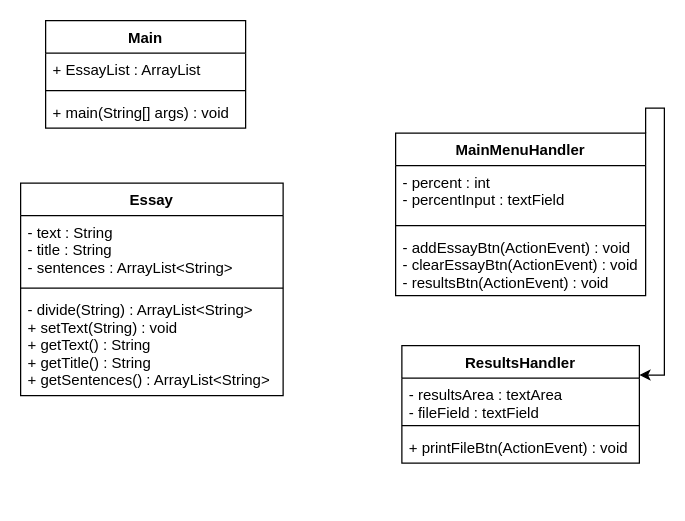
Above: PlagiarismUML.drawio in 335689832/12-14-2022-PlagiarismChecker (draw.io), before the change. Source tidied: cells renumbered, new cells numbered last; positions are measured from the earlier drawing's top-left corner, leaving out a move shared by most shapes. Both pictures are drawn from the tidied source at 125%, with x=0, y=0 at pixel (20, 20).
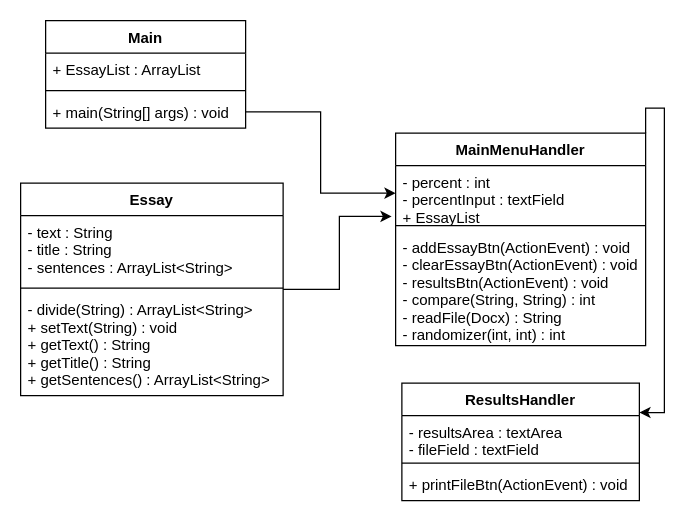
Above is the later version.

Unchanged cells that the change refers to:
```xml
<mxCell id="5" value="+ main(String[] args) : void" style="text;strokeColor=none;fillColor=none;align=left;verticalAlign=top;spacingLeft=4;spacingRight=4;overflow=hidden;points=[[0,0.5],[1,0.5]];portConstraint=eastwest;" parent="2" vertex="1">
  <mxGeometry y="60" width="160" height="26" as="geometry" />
</mxCell>
<mxCell id="6" value="Essay" style="swimlane;fontStyle=1;align=center;verticalAlign=top;horizontal=1;startSize=26;" parent="1" vertex="1">
  <mxGeometry y="130" width="210" height="170" as="geometry" />
</mxCell>
```

What changed in the source:
```diff
@@
+    <mxCell id="19" style="edgeStyle=orthogonalEdgeStyle;rounded=0;jettySize=auto;html=1;entryX=-0.016;entryY=0.923;entryDx=0;entryDy=0;entryPerimeter=0;" parent="1" edge="1" source="6" target="12">
+      <mxGeometry relative="1" as="geometry" />
+    </mxCell>
@@
     <mxCell id="11" value="MainMenuHandler" style="swimlane;fontStyle=1;align=center;verticalAlign=top;horizontal=1;startSize=26;" parent="1" vertex="1">
-      <mxGeometry x="300" y="90" width="200" height="130" as="geometry" />
+      <mxGeometry x="300" y="90" width="200" height="170" as="geometry" />
     </mxCell>
-    <mxCell id="12" value="- percent : int&#10;- percentInput : textField" style="text;strokeColor=none;fillColor=none;align=left;verticalAlign=top;spacingLeft=4;spacingRight=4;overflow=hidden;points=[[0,0.5],[1,0.5]];portConstraint=eastwest;" parent="11" vertex="1">
+    <mxCell id="12" value="- percent : int&#10;- percentInput : textField&#10;+ EssayList" style="text;strokeColor=none;fillColor=none;align=left;verticalAlign=top;spacingLeft=4;spacingRight=4;overflow=hidden;points=[[0,0.5],[1,0.5]];portConstraint=eastwest;" parent="11" vertex="1">
       <mxGeometry y="26" width="200" height="44" as="geometry" />
     </mxCell>
@@
-    <mxCell id="14" value="- addEssayBtn(ActionEvent) : void&#10;- clearEssayBtn(ActionEvent) : void&#10;- resultsBtn(ActionEvent) : void" style="text;strokeColor=none;fillColor=none;align=left;verticalAlign=top;spacingLeft=4;spacingRight=4;overflow=hidden;" parent="11" vertex="1">
-      <mxGeometry y="78" width="200" height="52" as="geometry" />
+    <mxCell id="14" value="- addEssayBtn(ActionEvent) : void&#10;- clearEssayBtn(ActionEvent) : void&#10;- resultsBtn(ActionEvent) : void&#10;- compare(String, String) : int&#10;- readFile(Docx) : String&#10;- randomizer(int, int) : int&#10;" style="text;strokeColor=none;fillColor=none;align=left;verticalAlign=top;spacingLeft=4;spacingRight=4;overflow=hidden;" parent="11" vertex="1">
+      <mxGeometry y="78" width="200" height="92" as="geometry" />
     </mxCell>
     <mxCell id="15" value="ResultsHandler" style="swimlane;fontStyle=1;align=center;verticalAlign=top;horizontal=1;startSize=26;" parent="1" vertex="1">
-      <mxGeometry x="305" y="260" width="190" height="94" as="geometry" />
+      <mxGeometry x="305" y="290" width="190" height="94" as="geometry" />
     </mxCell>
@@
+    <mxCell id="20" style="edgeStyle=orthogonalEdgeStyle;rounded=0;jettySize=auto;html=1;exitX=1;exitY=0.5;exitDx=0;exitDy=0;entryX=0;entryY=0.5;entryDx=0;entryDy=0;" parent="1" edge="1" source="5" target="12">
+      <mxGeometry relative="1" as="geometry" />
+    </mxCell>
```
